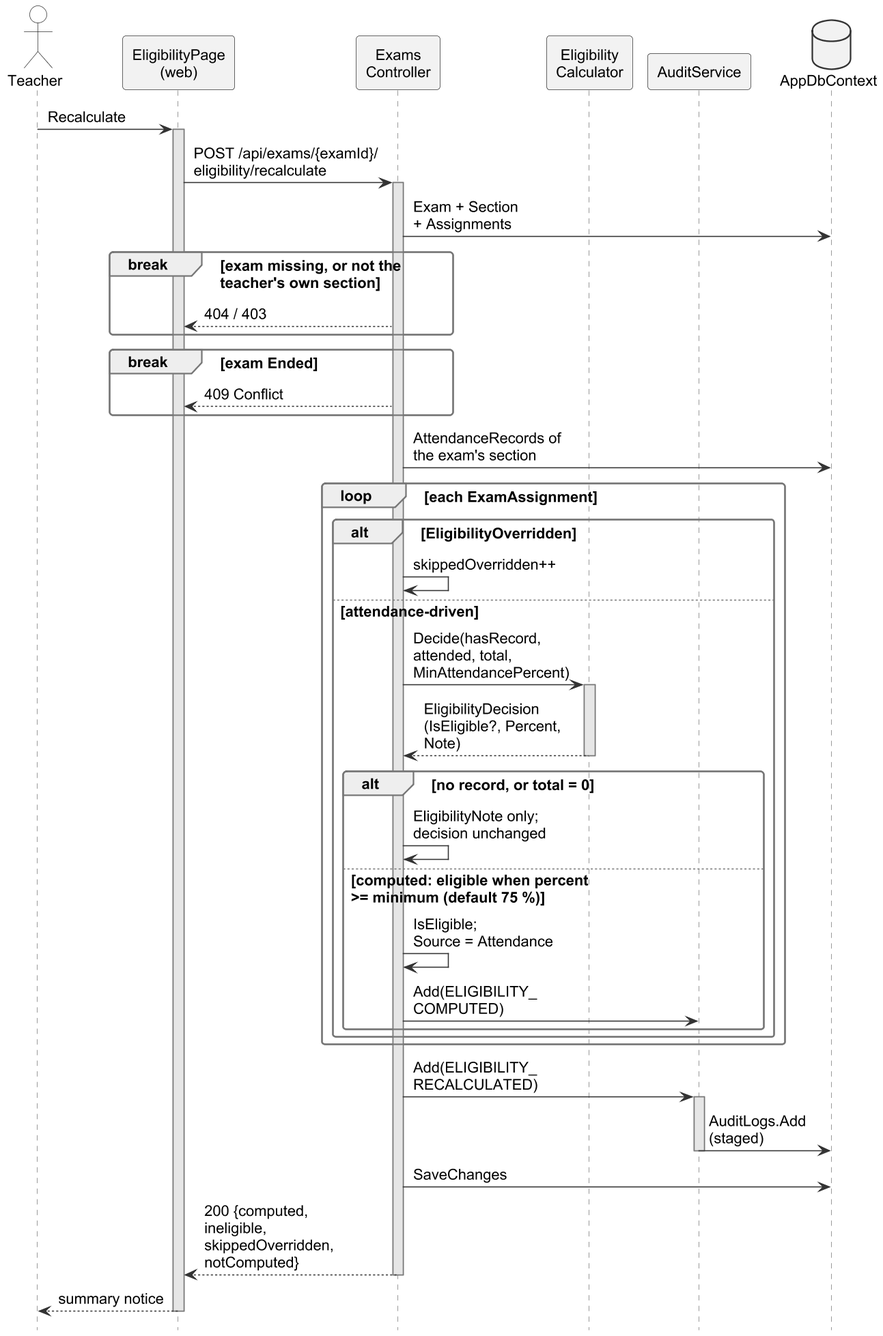
This is important docs/fyp_doc_3chatp/Figures/seq_eligibility_b.png from Haiderali27-hub/AI-Lab-Monitoring-, a PlantUML export, as it was before one commit.
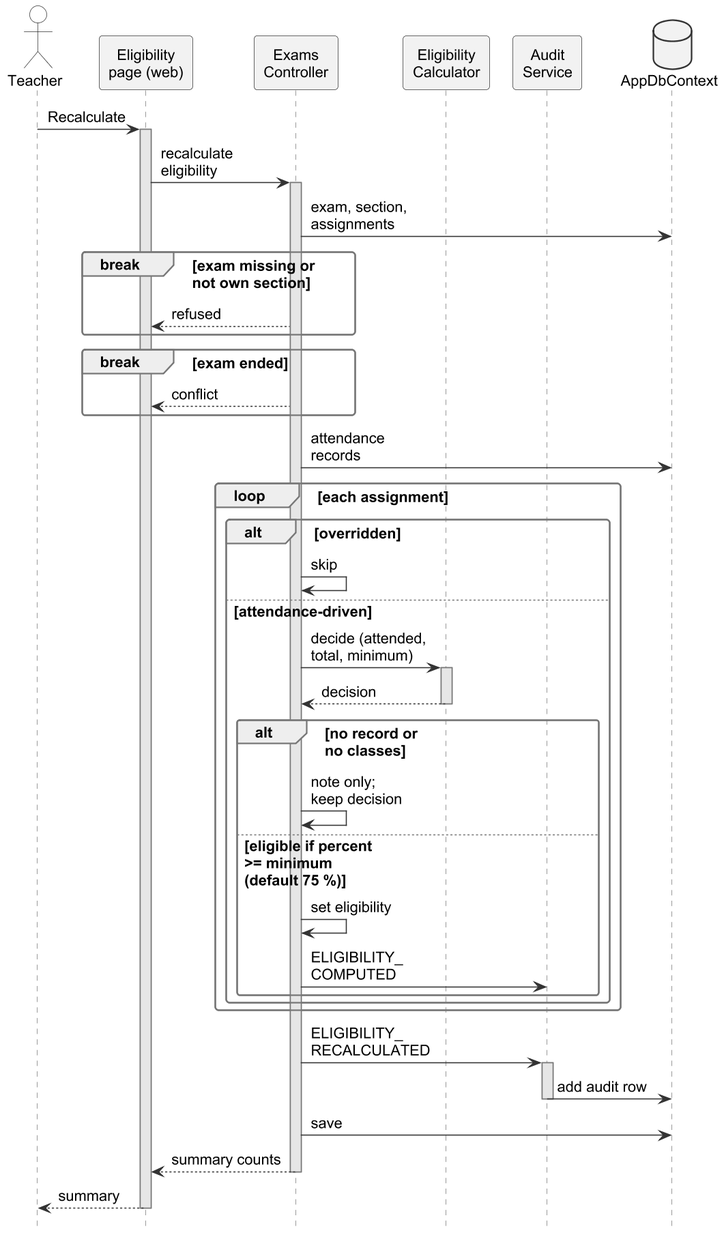
The same diagram one commit later.

What changed in the source:
```diff
@@ -5,7 +5,7 @@
 skinparam maxMessageSize 200
 hide footbox
 hide unlinked
-skinparam ParticipantPadding 2
+skinparam ParticipantPadding 6
 skinparam BoxPadding 0
 skinparam sequence {
   MessageAlign left
@@ -13,47 +13,47 @@
 }
 
 actor Teacher as T
-participant "EligibilityPage\n(web)" as UI
+participant "Eligibility\npage (web)" as UI
 participant "Exams\nController" as EC
 participant "Eligibility\nCalculator" as EL
-participant "AuditService" as AS
+participant "Audit\nService" as AS
 database "AppDbContext" as DB
 
 T -> UI : Recalculate
 activate UI
-UI -> EC : POST /api/exams/{examId}/\neligibility/recalculate
+UI -> EC : recalculate\neligibility
 activate EC
-EC -> DB : Exam + Section\n+ Assignments
-break exam missing, or not the\nteacher's own section
-  EC --> UI : 404 / 403
+EC -> DB : exam, section,\nassignments
+break exam missing or\nnot own section
+  EC --> UI : refused
 end
-break exam Ended
-  EC --> UI : 409 Conflict
+break exam ended
+  EC --> UI : conflict
 end
-EC -> DB : AttendanceRecords of\nthe exam's section
-loop each ExamAssignment
-  alt EligibilityOverridden
-    EC -> EC : skippedOverridden++
+EC -> DB : attendance\nrecords
+loop each assignment
+  alt overridden
+    EC -> EC : skip
   else attendance-driven
-    EC -> EL : Decide(hasRecord,\nattended, total,\nMinAttendancePercent)
+    EC -> EL : decide (attended,\ntotal, minimum)
     activate EL
-    EL --> EC : EligibilityDecision\n(IsEligible?, Percent,\nNote)
+    EL --> EC : decision
     deactivate EL
-    alt no record, or total = 0
-      EC -> EC : EligibilityNote only;\ndecision unchanged
-    else computed: eligible when percent\n>= minimum (default 75 %)
-      EC -> EC : IsEligible;\nSource = Attendance
-      EC -> AS : Add(ELIGIBILITY_\nCOMPUTED)
+    alt no record or\nno classes
+      EC -> EC : note only;\nkeep decision
+    else eligible if percent\n>= minimum\n(default 75 %)
+      EC -> EC : set eligibility
+      EC -> AS : ELIGIBILITY_\nCOMPUTED
     end
   end
 end
-EC -> AS : Add(ELIGIBILITY_\nRECALCULATED)
+EC -> AS : ELIGIBILITY_\nRECALCULATED
 activate AS
-AS -> DB : AuditLogs.Add\n(staged)
+AS -> DB : add audit row
 deactivate AS
-EC -> DB : SaveChanges
-EC --> UI : 200 {computed,\nineligible,\nskippedOverridden,\nnotComputed}
+EC -> DB : save
+EC --> UI : summary counts
 deactivate EC
-UI --> T : summary notice
+UI --> T : summary
 deactivate UI
 @enduml
```
